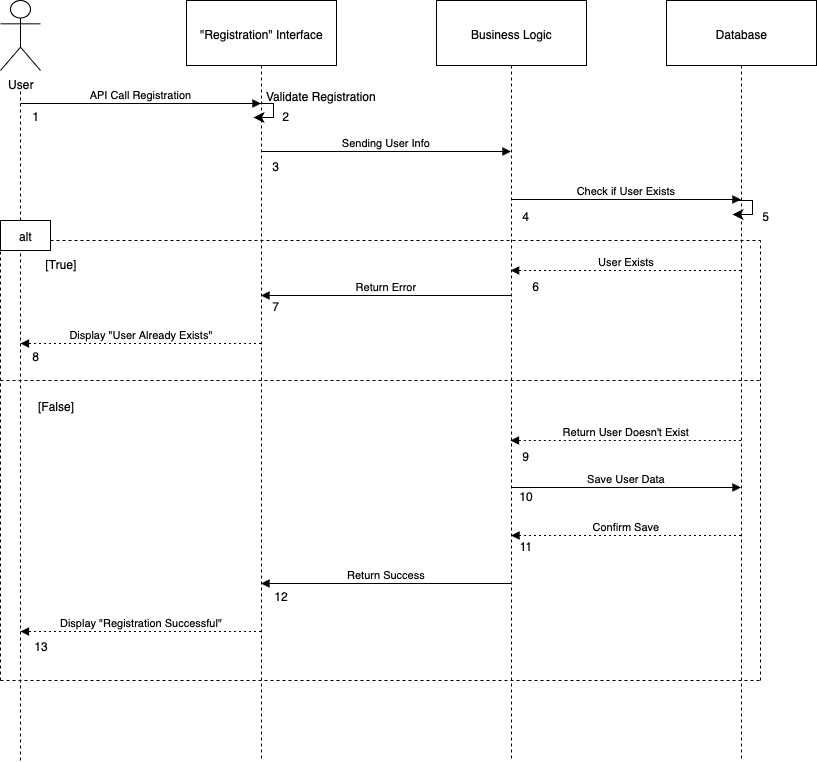
Earlier version of the draw.io export part1/User Registration.drawio.png (myriam293/holbertonschool-hbnb). Source tidied: cells renumbered, new cells last; positions are measured from the earlier drawing's top-left corner, leaving out a move shared by most shapes.
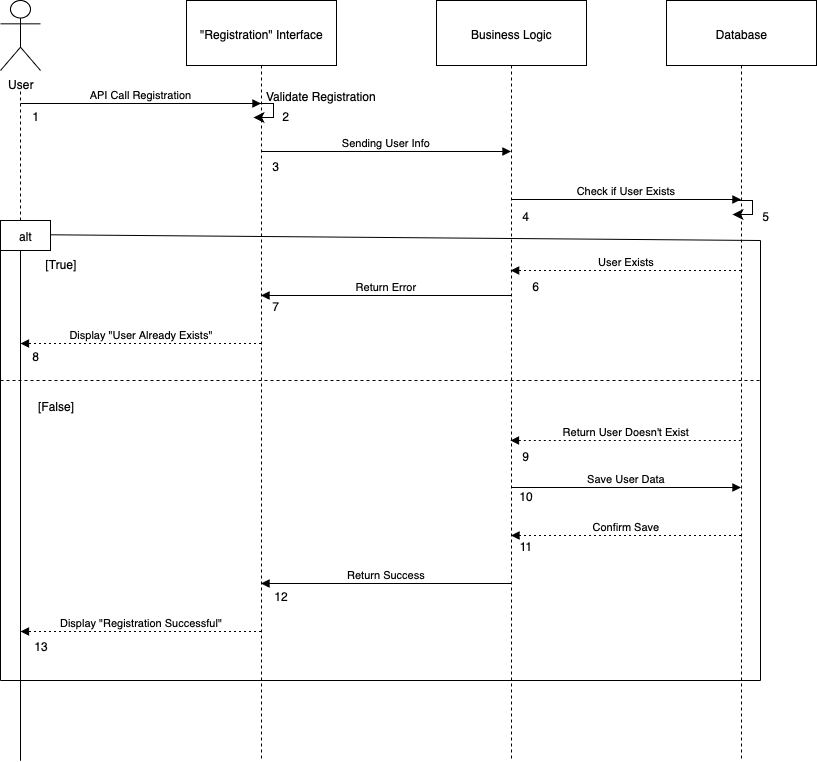
After the change.

Change to the diagram source:
```diff
@@ -107,29 +107,6 @@
     <mxCell id="18" value="alt" style="rounded=0;whiteSpace=wrap;html=1;" parent="1" vertex="1">
       <mxGeometry y="220" width="50" height="30" as="geometry" />
     </mxCell>
-    <mxCell id="19" style="endArrow=none;dashed=1;html=1;rounded=0;" parent="1" edge="1">
-      <mxGeometry relative="1" as="geometry">
-        <mxPoint x="50" y="240" as="sourcePoint" />
-        <mxPoint x="760" y="240" as="targetPoint" />
-      </mxGeometry>
-    </mxCell>
-    <mxCell id="20" style="endArrow=none;dashed=1;html=1;rounded=0;entryX=0;entryY=1;entryDx=0;entryDy=0;" parent="1" edge="1" target="18">
-      <mxGeometry relative="1" as="geometry">
-        <mxPoint y="680" as="sourcePoint" />
-      </mxGeometry>
-    </mxCell>
-    <mxCell id="21" style="endArrow=none;dashed=1;html=1;rounded=0;" parent="1" edge="1">
-      <mxGeometry relative="1" as="geometry">
-        <mxPoint y="680" as="sourcePoint" />
-        <mxPoint x="760.5" y="680" as="targetPoint" />
-      </mxGeometry>
-    </mxCell>
-    <mxCell id="22" style="endArrow=none;dashed=1;html=1;rounded=0;entryX=0;entryY=1;entryDx=0;entryDy=0;" parent="1" edge="1">
-      <mxGeometry relative="1" as="geometry">
-        <mxPoint x="760" y="680" as="sourcePoint" />
-        <mxPoint x="760" y="240" as="targetPoint" />
-      </mxGeometry>
-    </mxCell>
     <mxCell id="23" value="[True]" style="text;html=1;align=center;verticalAlign=middle;strokeColor=none;fillColor=none;" parent="1" vertex="1">
       <mxGeometry x="35" y="248" width="50" height="30" as="geometry" />
     </mxCell>
@@ -202,5 +179,35 @@
     <mxCell id="41" value="Validate Registration" style="text;html=1;align=center;verticalAlign=middle;strokeColor=none;fillColor=none;" parent="1" vertex="1">
       <mxGeometry x="255" y="80" width="130" height="30" as="geometry" />
     </mxCell>
+    <mxCell id="42" style="endArrow=none;html=1;rounded=0;" parent="1" edge="1">
+      <mxGeometry relative="1" as="geometry">
+        <mxPoint y="680" as="sourcePoint" />
+        <mxPoint y="250" as="targetPoint" />
+      </mxGeometry>
+    </mxCell>
+    <mxCell id="43" style="endArrow=none;html=1;rounded=0;" parent="1" edge="1">
+      <mxGeometry relative="1" as="geometry">
+        <mxPoint x="760" y="680" as="sourcePoint" />
+        <mxPoint x="760" y="240" as="targetPoint" />
+      </mxGeometry>
+    </mxCell>
+    <mxCell id="44" style="endArrow=none;html=1;rounded=0;" parent="1" edge="1">
+      <mxGeometry relative="1" as="geometry">
+        <mxPoint y="680" as="sourcePoint" />
+        <mxPoint x="760" y="680" as="targetPoint" />
+      </mxGeometry>
+    </mxCell>
+    <mxCell id="45" style="endArrow=none;html=1;rounded=0;" parent="1" edge="1">
+      <mxGeometry relative="1" as="geometry">
+        <mxPoint x="50" y="234.3" as="sourcePoint" />
+        <mxPoint x="760" y="240" as="targetPoint" />
+      </mxGeometry>
+    </mxCell>
+    <mxCell id="46" style="endArrow=none;html=1;rounded=0;" parent="1" edge="1">
+      <mxGeometry relative="1" as="geometry">
+        <mxPoint x="20" y="760" as="sourcePoint" />
+        <mxPoint x="20" y="250" as="targetPoint" />
+      </mxGeometry>
+    </mxCell>
   </root>
 </mxGraphModel>
```
